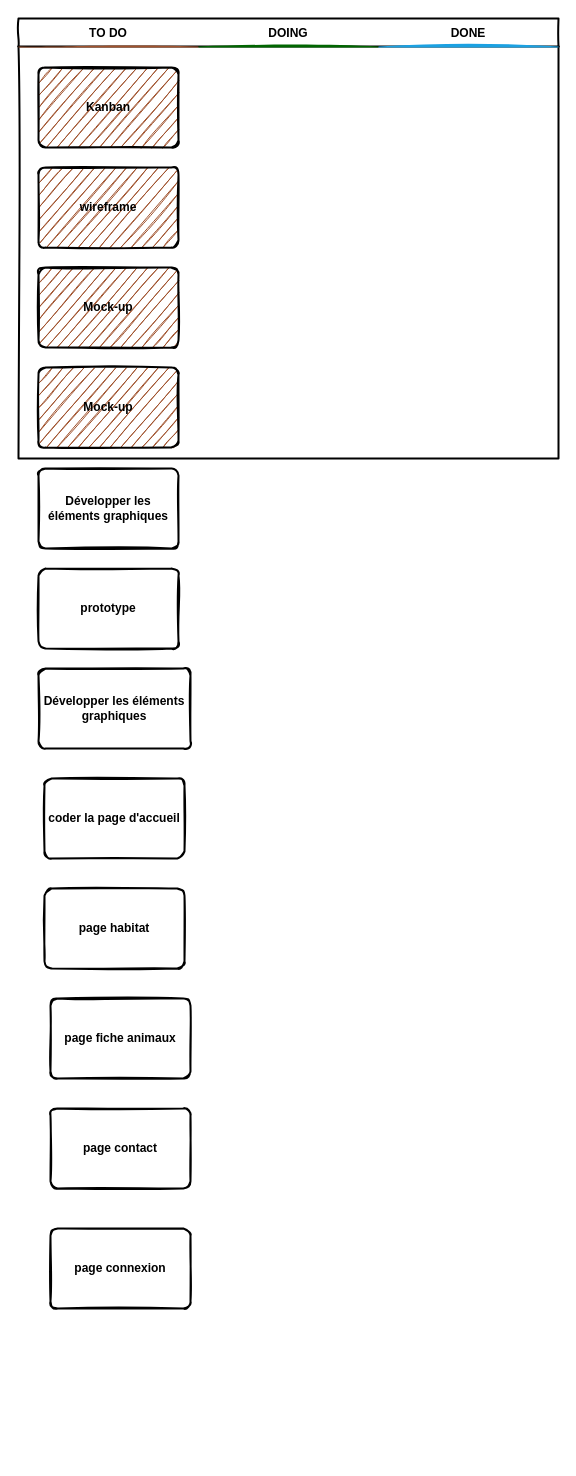
The draw.io diagram Kanban.drawio in gerybeltrame/MonprojetECF, before the edit. Source tidied: cells renumbered, new cells numbered last; positions are measured from the earlier drawing's top-left corner, leaving out a move shared by most shapes. Both pictures are drawn from the tidied source at 100%, with x=0, y=0 at pixel (18, 18).
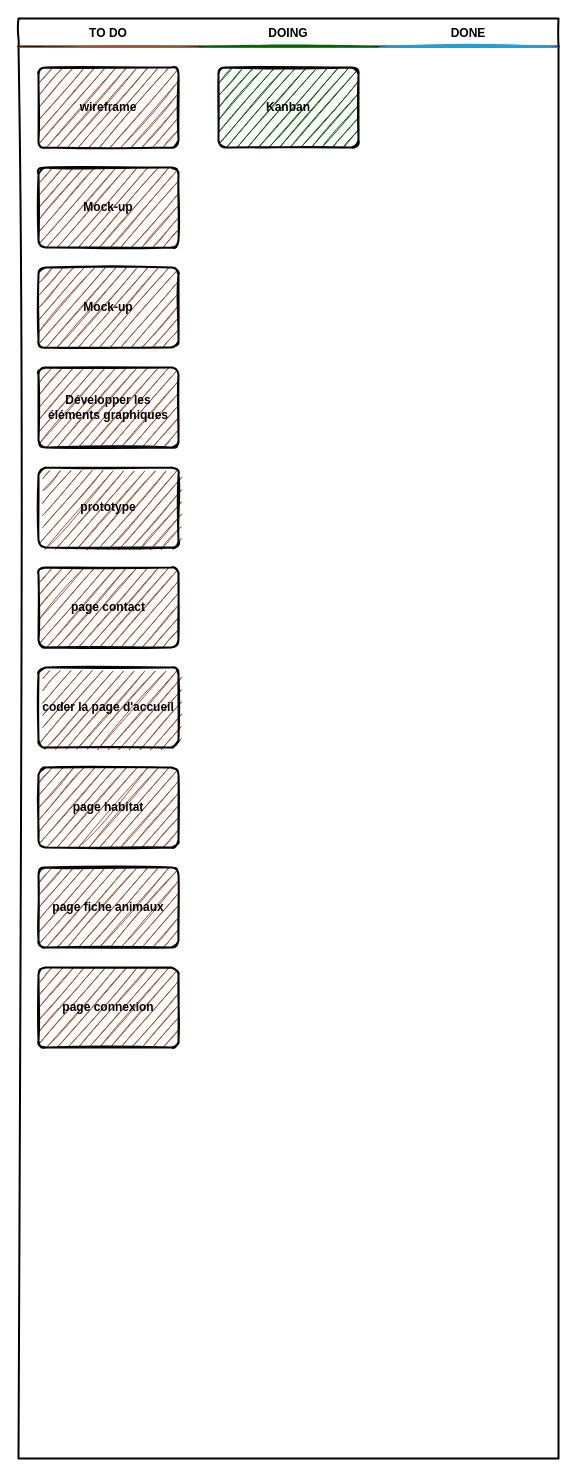
The same diagram, later.

Commit message:
Mettre à jour Kanban.drawio

Change to the diagram source:
```diff
@@
 <mxGraphModel>
   <root>
     <mxCell id="0" />
     <mxCell id="1" parent="0" />
     <mxCell id="2" style="swimlane;fontStyle=2;horizontal=1;startSize=28;swimlaneFillColor=none;fontFamily=Permanent Marker;fontSize=16;verticalAlign=top;stackBorder=0;strokeWidth=2;sketch=1;disableMultiStroke=1;" parent="1" vertex="1">
-      <mxGeometry width="540" height="440" as="geometry" />
+      <mxGeometry width="540" height="1440" as="geometry" />
     </mxCell>
     <mxCell id="3" value="TO DO" style="swimlane;strokeWidth=2;fontFamily=Permanent Marker;html=0;startSize=1;verticalAlign=bottom;spacingBottom=5;stackBorder=20;sketch=1;strokeColor=none;fillStyle=solid;fillColor=#A0522D;" parent="2" vertex="1">
-      <mxGeometry y="28" width="180" height="412" as="geometry" />
+      <mxGeometry y="28" width="180" height="1412" as="geometry" />
     </mxCell>
-    <mxCell id="4" value="&lt;div&gt;Kanban&lt;/div&gt;" style="whiteSpace=wrap;html=1;strokeWidth=2;fillColor=swimlane;fontStyle=1;spacingTop=0;rounded=1;arcSize=9;sketch=1;fontFamily=Permanent Marker;hachureGap=8;fillWeight=1;" parent="3" vertex="1">
-      <mxGeometry x="20" y="21" width="140" height="80" as="geometry" />
-    </mxCell>
     <mxCell id="5" value="wireframe" style="whiteSpace=wrap;html=1;strokeWidth=2;fillColor=swimlane;fontStyle=1;spacingTop=0;rounded=1;arcSize=9;sketch=1;fontFamily=Permanent Marker;hachureGap=8;fillWeight=1;" parent="3" vertex="1">
-      <mxGeometry x="20" y="121" width="140" height="80" as="geometry" />
+      <mxGeometry x="20" y="21" width="140" height="80" as="geometry" />
     </mxCell>
     <mxCell id="6" value="Mock-up" style="whiteSpace=wrap;html=1;strokeWidth=2;fillColor=swimlane;fontStyle=1;spacingTop=0;rounded=1;arcSize=9;sketch=1;fontFamily=Permanent Marker;hachureGap=8;fillWeight=1;" parent="3" vertex="1">
-      <mxGeometry x="20" y="221" width="140" height="80" as="geometry" />
+      <mxGeometry x="20" y="121" width="140" height="80" as="geometry" />
     </mxCell>
     <mxCell id="7" value="Mock-up" style="whiteSpace=wrap;html=1;strokeWidth=2;fillColor=swimlane;fontStyle=1;spacingTop=0;rounded=1;arcSize=9;sketch=1;fontFamily=Permanent Marker;hachureGap=8;fillWeight=1;" parent="3" vertex="1">
-      <mxGeometry x="20" y="321" width="140" height="80" as="geometry" />
+      <mxGeometry x="20" y="221" width="140" height="80" as="geometry" />
     </mxCell>
-    <mxCell id="8" value="DOING" style="swimlane;strokeWidth=2;fontFamily=Permanent Marker;html=0;startSize=1;verticalAlign=bottom;spacingBottom=5;stackBorder=20;sketch=1;strokeColor=none;fillStyle=solid;fillColor=#006600;" parent="2" vertex="1">
-      <mxGeometry x="180" y="28" width="180" height="412" as="geometry" />
-    </mxCell>
-    <mxCell id="9" value="DONE" style="swimlane;strokeWidth=2;fontFamily=Permanent Marker;html=0;startSize=1;verticalAlign=bottom;spacingBottom=5;stackBorder=20;sketch=1;strokeColor=none;fillStyle=solid;fillColor=#1BA1E2;" parent="2" vertex="1">
-      <mxGeometry x="360" y="28" width="180" height="412" as="geometry" />
-    </mxCell>
-    <mxCell id="10" value="Développer les éléments graphiques" style="whiteSpace=wrap;html=1;strokeWidth=2;fillColor=swimlane;fontStyle=1;spacingTop=0;rounded=1;arcSize=9;sketch=1;fontFamily=Permanent Marker;hachureGap=8;fillWeight=1;" parent="1" vertex="1">
-      <mxGeometry x="20" y="450" width="140" height="80" as="geometry" />
+    <mxCell id="10" value="Développer les éléments graphiques" style="whiteSpace=wrap;html=1;strokeWidth=2;fillColor=swimlane;fontStyle=1;spacingTop=0;rounded=1;arcSize=9;sketch=1;fontFamily=Permanent Marker;hachureGap=8;fillWeight=1;" parent="3" vertex="1">
+      <mxGeometry x="20" y="321" width="140" height="80" as="geometry" />
     </mxCell>
-    <mxCell id="11" value="Développer les éléments graphiques" style="whiteSpace=wrap;html=1;strokeWidth=2;fillColor=swimlane;fontStyle=1;spacingTop=0;rounded=1;arcSize=9;sketch=1;fontFamily=Permanent Marker;hachureGap=8;fillWeight=1;" parent="1" vertex="1">
-      <mxGeometry x="20" y="650" width="152" height="80" as="geometry" />
-    </mxCell>
-    <mxCell id="12" value="prototype" style="whiteSpace=wrap;html=1;strokeWidth=2;fillColor=swimlane;fontStyle=1;spacingTop=0;rounded=1;arcSize=9;sketch=1;fontFamily=Permanent Marker;hachureGap=8;fillWeight=1;" parent="1" vertex="1">
-      <mxGeometry x="20" y="550" width="140" height="80" as="geometry" />
+    <mxCell id="12" value="prototype" style="whiteSpace=wrap;html=1;strokeWidth=2;fillColor=swimlane;fontStyle=1;spacingTop=0;rounded=1;arcSize=9;sketch=1;fontFamily=Permanent Marker;hachureGap=8;fillWeight=1;" parent="3" vertex="1">
+      <mxGeometry x="20" y="421" width="140" height="80" as="geometry" />
     </mxCell>
+    <mxCell id="16" value="page contact" style="whiteSpace=wrap;html=1;strokeWidth=2;fillColor=swimlane;fontStyle=1;spacingTop=0;rounded=1;arcSize=9;sketch=1;fontFamily=Permanent Marker;hachureGap=8;fillWeight=1;" parent="3" vertex="1">
+      <mxGeometry x="20" y="521" width="140" height="80" as="geometry" />
+    </mxCell>
-    <mxCell id="13" value="coder la page d'accueil" style="whiteSpace=wrap;html=1;strokeWidth=2;fillColor=swimlane;fontStyle=1;spacingTop=0;rounded=1;arcSize=9;sketch=1;fontFamily=Permanent Marker;hachureGap=8;fillWeight=1;" parent="1" vertex="1">
-      <mxGeometry x="26" y="760" width="140" height="80" as="geometry" />
+    <mxCell id="13" value="coder la page d'accueil" style="whiteSpace=wrap;html=1;strokeWidth=2;fillColor=swimlane;fontStyle=1;spacingTop=0;rounded=1;arcSize=9;sketch=1;fontFamily=Permanent Marker;hachureGap=8;fillWeight=1;" parent="3" vertex="1">
+      <mxGeometry x="20" y="621" width="140" height="80" as="geometry" />
     </mxCell>
-    <mxCell id="14" value="page habitat" style="whiteSpace=wrap;html=1;strokeWidth=2;fillColor=swimlane;fontStyle=1;spacingTop=0;rounded=1;arcSize=9;sketch=1;fontFamily=Permanent Marker;hachureGap=8;fillWeight=1;" parent="1" vertex="1">
-      <mxGeometry x="26" y="870" width="140" height="80" as="geometry" />
+    <mxCell id="14" value="page habitat" style="whiteSpace=wrap;html=1;strokeWidth=2;fillColor=swimlane;fontStyle=1;spacingTop=0;rounded=1;arcSize=9;sketch=1;fontFamily=Permanent Marker;hachureGap=8;fillWeight=1;" parent="3" vertex="1">
+      <mxGeometry x="20" y="721" width="140" height="80" as="geometry" />
     </mxCell>
-    <mxCell id="15" value="page fiche animaux" style="whiteSpace=wrap;html=1;strokeWidth=2;fillColor=swimlane;fontStyle=1;spacingTop=0;rounded=1;arcSize=9;sketch=1;fontFamily=Permanent Marker;hachureGap=8;fillWeight=1;" parent="1" vertex="1">
-      <mxGeometry x="32" y="980" width="140" height="80" as="geometry" />
+    <mxCell id="15" value="page fiche animaux" style="whiteSpace=wrap;html=1;strokeWidth=2;fillColor=swimlane;fontStyle=1;spacingTop=0;rounded=1;arcSize=9;sketch=1;fontFamily=Permanent Marker;hachureGap=8;fillWeight=1;" parent="3" vertex="1">
+      <mxGeometry x="20" y="821" width="140" height="80" as="geometry" />
     </mxCell>
-    <mxCell id="16" value="page contact" style="whiteSpace=wrap;html=1;strokeWidth=2;fillColor=swimlane;fontStyle=1;spacingTop=0;rounded=1;arcSize=9;sketch=1;fontFamily=Permanent Marker;hachureGap=8;fillWeight=1;" parent="1" vertex="1">
-      <mxGeometry x="32" y="1090" width="140" height="80" as="geometry" />
-    </mxCell>
-    <mxCell id="17" value="page connexion" style="whiteSpace=wrap;html=1;strokeWidth=2;fillColor=swimlane;fontStyle=1;spacingTop=0;rounded=1;arcSize=9;sketch=1;fontFamily=Permanent Marker;hachureGap=8;fillWeight=1;" parent="1" vertex="1">
-      <mxGeometry x="32" y="1210" width="140" height="80" as="geometry" />
+    <mxCell id="17" value="page connexion" style="whiteSpace=wrap;html=1;strokeWidth=2;fillColor=swimlane;fontStyle=1;spacingTop=0;rounded=1;arcSize=9;sketch=1;fontFamily=Permanent Marker;hachureGap=8;fillWeight=1;" parent="3" vertex="1">
+      <mxGeometry x="20" y="921" width="140" height="80" as="geometry" />
     </mxCell>
+    <mxCell id="8" value="DOING" style="swimlane;strokeWidth=2;fontFamily=Permanent Marker;html=0;startSize=1;verticalAlign=bottom;spacingBottom=5;stackBorder=20;sketch=1;strokeColor=none;fillStyle=solid;fillColor=#006600;" parent="2" vertex="1">
+      <mxGeometry x="180" y="28" width="180" height="1412" as="geometry" />
+    </mxCell>
+    <mxCell id="4" value="&lt;div&gt;Kanban&lt;/div&gt;" style="whiteSpace=wrap;html=1;strokeWidth=2;fillColor=swimlane;fontStyle=1;spacingTop=0;rounded=1;arcSize=9;sketch=1;fontFamily=Permanent Marker;hachureGap=8;fillWeight=1;" parent="8" vertex="1">
+      <mxGeometry x="20" y="21" width="140" height="80" as="geometry" />
+    </mxCell>
+    <mxCell id="9" value="DONE" style="swimlane;strokeWidth=2;fontFamily=Permanent Marker;html=0;startSize=1;verticalAlign=bottom;spacingBottom=5;stackBorder=20;sketch=1;strokeColor=none;fillStyle=solid;fillColor=#1BA1E2;" parent="2" vertex="1">
+      <mxGeometry x="360" y="28" width="180" height="1412" as="geometry" />
+    </mxCell>
   </root>
 </mxGraphModel>
```
